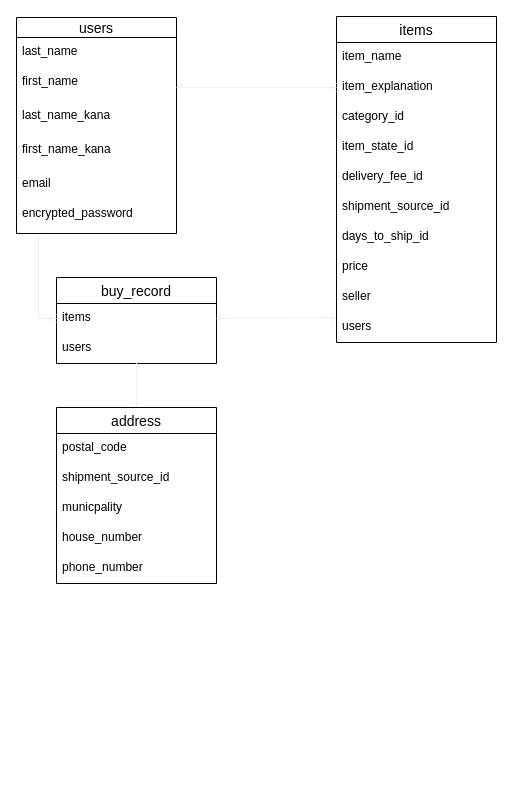
Before: furima.dio in Haruyasu-alt/furima-29628, a draw.io diagram. Source tidied: cells renumbered, new cells numbered last; positions are measured from the earlier drawing's top-left corner, leaving out a move shared by most shapes. Both pictures are drawn from the tidied source at 100%, with x=0, y=0 at pixel (16, 16).
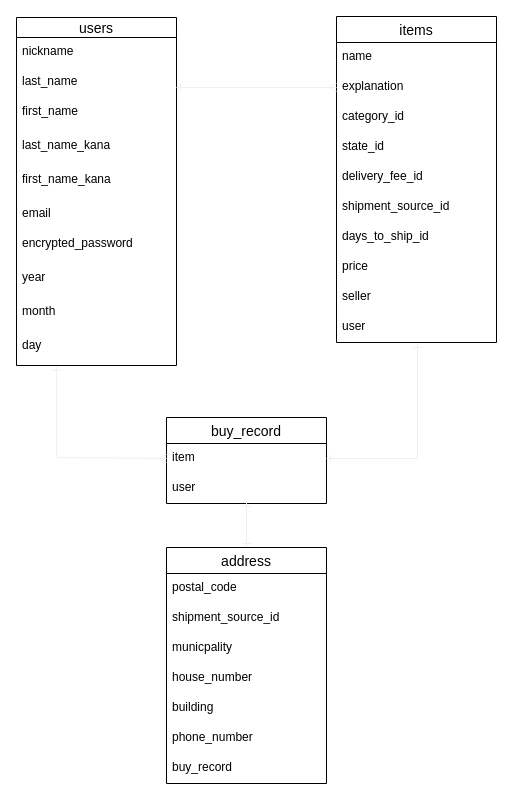
Above is the later version.

Unchanged cells that the change refers to:
```xml
<mxCell id="9" value="items" style="swimlane;fontStyle=0;horizontal=1;startSize=26;align=center;fontSize=14;" parent="1" vertex="1">
  <mxGeometry x="320" width="160" height="326" as="geometry" />
</mxCell>
```

Diff of the diagram source:
```diff
@@
     <mxCell id="2" value="users" style="swimlane;fontStyle=0;horizontal=1;startSize=20;align=center;fontSize=14;" parent="1" vertex="1">
-      <mxGeometry y="1" width="160" height="216" as="geometry" />
+      <mxGeometry y="1" width="160" height="348" as="geometry" />
     </mxCell>
-    <mxCell id="3" value="last_name" style="text;strokeColor=none;fillColor=none;spacingLeft=4;spacingRight=4;overflow=hidden;points=[[0,0.5],[1,0.5]];portConstraint=eastwest;fontSize=12;" parent="2" vertex="1">
+    <mxCell id="3" value="nickname" style="text;strokeColor=none;fillColor=none;spacingLeft=4;spacingRight=4;overflow=hidden;points=[[0,0.5],[1,0.5]];portConstraint=eastwest;fontSize=12;" parent="2" vertex="1">
       <mxGeometry y="20" width="160" height="30" as="geometry" />
     </mxCell>
+    <mxCell id="34" value="last_name" style="text;strokeColor=none;fillColor=none;spacingLeft=4;spacingRight=4;overflow=hidden;fontSize=12;" parent="2" vertex="1">
+      <mxGeometry y="50" width="160" height="30" as="geometry" />
+    </mxCell>
     <mxCell id="4" value="first_name" style="text;strokeColor=none;fillColor=none;spacingLeft=4;spacingRight=4;overflow=hidden;fontSize=12;" parent="2" vertex="1">
-      <mxGeometry y="50" width="160" height="34" as="geometry" />
+      <mxGeometry y="80" width="160" height="34" as="geometry" />
     </mxCell>
     <mxCell id="5" value="last_name_kana" style="text;strokeColor=none;fillColor=none;spacingLeft=4;spacingRight=4;overflow=hidden;fontSize=12;" parent="2" vertex="1">
-      <mxGeometry y="84" width="160" height="34" as="geometry" />
+      <mxGeometry y="114" width="160" height="34" as="geometry" />
     </mxCell>
     <mxCell id="6" value="first_name_kana" style="text;strokeColor=none;fillColor=none;spacingLeft=4;spacingRight=4;overflow=hidden;fontSize=12;" parent="2" vertex="1">
-      <mxGeometry y="118" width="160" height="34" as="geometry" />
+      <mxGeometry y="148" width="160" height="34" as="geometry" />
     </mxCell>
     <mxCell id="7" value="email" style="text;strokeColor=none;fillColor=none;spacingLeft=4;spacingRight=4;overflow=hidden;fontSize=12;" parent="2" vertex="1">
-      <mxGeometry y="152" width="160" height="30" as="geometry" />
+      <mxGeometry y="182" width="160" height="30" as="geometry" />
     </mxCell>
     <mxCell id="8" value="encrypted_password" style="text;strokeColor=none;fillColor=none;spacingLeft=4;spacingRight=4;overflow=hidden;points=[[0,0.5],[1,0.5]];portConstraint=eastwest;fontSize=12;" parent="2" vertex="1">
-      <mxGeometry y="182" width="160" height="34" as="geometry" />
+      <mxGeometry y="212" width="160" height="34" as="geometry" />
     </mxCell>
+    <mxCell id="35" value="year" style="text;strokeColor=none;fillColor=none;spacingLeft=4;spacingRight=4;overflow=hidden;fontSize=12;" parent="2" vertex="1">
+      <mxGeometry y="246" width="160" height="34" as="geometry" />
+    </mxCell>
+    <mxCell id="36" value="month" style="text;strokeColor=none;fillColor=none;spacingLeft=4;spacingRight=4;overflow=hidden;fontSize=12;" parent="2" vertex="1">
+      <mxGeometry y="280" width="160" height="34" as="geometry" />
+    </mxCell>
+    <mxCell id="37" value="day" style="text;strokeColor=none;fillColor=none;spacingLeft=4;spacingRight=4;overflow=hidden;points=[[0,0.5],[1,0.5]];portConstraint=eastwest;fontSize=12;" parent="2" vertex="1">
+      <mxGeometry y="314" width="160" height="34" as="geometry" />
+    </mxCell>
@@
-    <mxCell id="10" value="item_name&#10;" style="text;strokeColor=none;fillColor=none;spacingLeft=4;spacingRight=4;overflow=hidden;fontSize=12;" parent="9" vertex="1">
+    <mxCell id="10" value="name" style="text;strokeColor=none;fillColor=none;spacingLeft=4;spacingRight=4;overflow=hidden;fontSize=12;" parent="9" vertex="1">
       <mxGeometry y="26" width="160" height="30" as="geometry" />
     </mxCell>
-    <mxCell id="11" value="item_explanation" style="text;strokeColor=none;fillColor=none;spacingLeft=4;spacingRight=4;overflow=hidden;points=[[0,0.5],[1,0.5]];portConstraint=eastwest;fontSize=12;" parent="9" vertex="1">
+    <mxCell id="11" value="explanation" style="text;strokeColor=none;fillColor=none;spacingLeft=4;spacingRight=4;overflow=hidden;points=[[0,0.5],[1,0.5]];portConstraint=eastwest;fontSize=12;" parent="9" vertex="1">
       <mxGeometry y="56" width="160" height="30" as="geometry" />
     </mxCell>
@@
-    <mxCell id="13" value="item_state_id" style="text;strokeColor=none;fillColor=none;spacingLeft=4;spacingRight=4;overflow=hidden;fontSize=12;" parent="9" vertex="1">
+    <mxCell id="13" value="state_id" style="text;strokeColor=none;fillColor=none;spacingLeft=4;spacingRight=4;overflow=hidden;fontSize=12;" parent="9" vertex="1">
       <mxGeometry y="116" width="160" height="30" as="geometry" />
     </mxCell>
@@
-    <mxCell id="19" value="users" style="text;strokeColor=none;fillColor=none;spacingLeft=4;spacingRight=4;overflow=hidden;points=[[0,0.5],[1,0.5]];portConstraint=eastwest;fontSize=12;" parent="9" vertex="1">
+    <mxCell id="19" value="user" style="text;strokeColor=none;fillColor=none;spacingLeft=4;spacingRight=4;overflow=hidden;points=[[0,0.5],[1,0.5]];portConstraint=eastwest;fontSize=12;" parent="9" vertex="1">
       <mxGeometry y="296" width="160" height="30" as="geometry" />
     </mxCell>
     <mxCell id="20" value="buy_record" style="swimlane;fontStyle=0;horizontal=1;startSize=26;align=center;fontSize=14;" parent="1" vertex="1">
-      <mxGeometry x="40" y="261" width="160" height="86" as="geometry" />
+      <mxGeometry x="150" y="401" width="160" height="86" as="geometry" />
     </mxCell>
-    <mxCell id="21" value="items" style="text;strokeColor=none;fillColor=none;spacingLeft=4;spacingRight=4;overflow=hidden;points=[[0,0.5],[1,0.5]];portConstraint=eastwest;fontSize=12;" parent="20" vertex="1">
+    <mxCell id="21" value="item" style="text;strokeColor=none;fillColor=none;spacingLeft=4;spacingRight=4;overflow=hidden;points=[[0,0.5],[1,0.5]];portConstraint=eastwest;fontSize=12;" parent="20" vertex="1">
       <mxGeometry y="26" width="160" height="30" as="geometry" />
     </mxCell>
-    <mxCell id="22" value="users" style="text;strokeColor=none;fillColor=none;spacingLeft=4;spacingRight=4;overflow=hidden;points=[[0,0.5],[1,0.5]];portConstraint=eastwest;fontSize=12;" parent="20" vertex="1">
+    <mxCell id="22" value="user" style="text;strokeColor=none;fillColor=none;spacingLeft=4;spacingRight=4;overflow=hidden;points=[[0,0.5],[1,0.5]];portConstraint=eastwest;fontSize=12;" parent="20" vertex="1">
       <mxGeometry y="56" width="160" height="30" as="geometry" />
     </mxCell>
@@
     <mxCell id="24" value="address" style="swimlane;fontStyle=0;horizontal=1;startSize=26;align=center;fontSize=14;" parent="1" vertex="1">
-      <mxGeometry x="40" y="391" width="160" height="176" as="geometry" />
+      <mxGeometry x="150" y="531" width="160" height="236" as="geometry" />
     </mxCell>
@@
+    <mxCell id="38" value="building" style="text;strokeColor=none;fillColor=none;spacingLeft=4;spacingRight=4;overflow=hidden;fontSize=12;" parent="24" vertex="1">
+      <mxGeometry y="146" width="160" height="30" as="geometry" />
+    </mxCell>
     <mxCell id="29" value="phone_number" style="text;strokeColor=none;fillColor=none;spacingLeft=4;spacingRight=4;overflow=hidden;fontSize=12;" parent="24" vertex="1">
-      <mxGeometry y="146" width="160" height="30" as="geometry" />
+      <mxGeometry y="176" width="160" height="30" as="geometry" />
     </mxCell>
+    <mxCell id="39" value="buy_record" style="text;strokeColor=none;fillColor=none;spacingLeft=4;spacingRight=4;overflow=hidden;fontSize=12;" parent="24" vertex="1">
+      <mxGeometry y="206" width="160" height="30" as="geometry" />
+    </mxCell>
@@
-    <mxCell id="32" style="edgeStyle=none;rounded=0;jettySize=auto;html=1;exitX=0;exitY=0.5;exitDx=0;exitDy=0;startArrow=ERmany;startFill=0;endArrow=ERone;endFill=0;strokeColor=#f0f0f0;entryX=0.138;entryY=1.029;entryDx=0;entryDy=0;entryPerimeter=0;" parent="1" edge="1" source="21" target="8">
+    <mxCell id="32" style="edgeStyle=none;rounded=0;jettySize=auto;html=1;exitX=0;exitY=0.5;exitDx=0;exitDy=0;startArrow=ERmany;startFill=0;endArrow=ERone;endFill=0;strokeColor=#f0f0f0;entryX=0.25;entryY=1.029;entryDx=0;entryDy=0;entryPerimeter=0;" parent="1" edge="1" source="21" target="37">
       <mxGeometry relative="1" as="geometry">
         <Array as="points">
-          <mxPoint x="22" y="302" />
+          <mxPoint x="40" y="441" />
         </Array>
       </mxGeometry>
     </mxCell>
-    <mxCell id="33" style="edgeStyle=none;rounded=0;jettySize=auto;html=1;exitX=-0.006;exitY=0.167;exitDx=0;exitDy=0;entryX=1;entryY=0.5;entryDx=0;entryDy=0;startArrow=ERone;startFill=0;endArrow=ERone;endFill=0;strokeColor=#f0f0f0;exitPerimeter=0;" parent="1" edge="1" source="19" target="21">
-      <mxGeometry relative="1" as="geometry" />
+    <mxCell id="33" style="edgeStyle=none;rounded=0;jettySize=auto;html=1;exitX=0.506;exitY=1.033;exitDx=0;exitDy=0;entryX=1;entryY=0.5;entryDx=0;entryDy=0;startArrow=ERone;startFill=0;endArrow=ERone;endFill=0;strokeColor=#f0f0f0;exitPerimeter=0;" parent="1" edge="1" source="19" target="21">
+      <mxGeometry relative="1" as="geometry">
+        <Array as="points">
+          <mxPoint x="401" y="442" />
+        </Array>
+      </mxGeometry>
     </mxCell>
```
